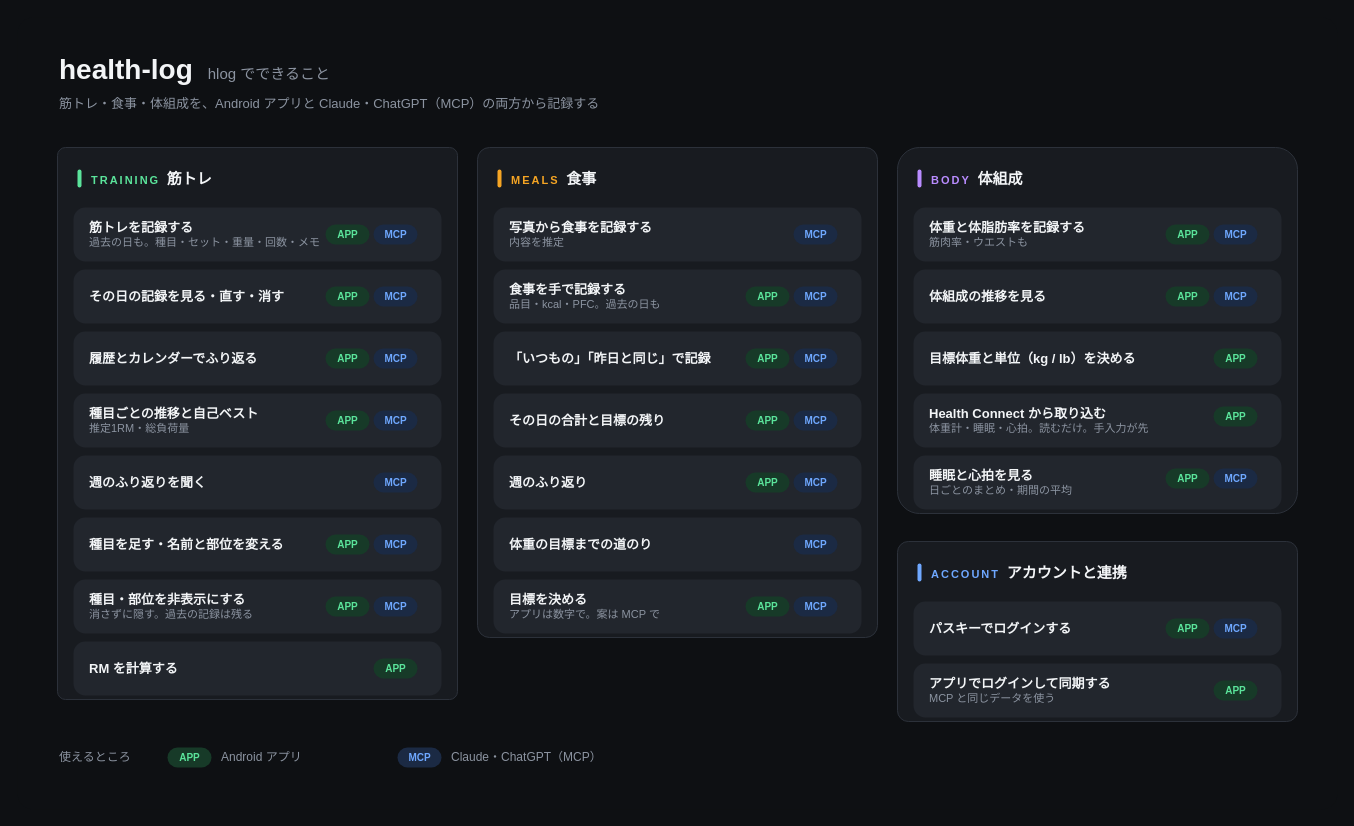
This is docs/diagrams/usecase.drawio from ykitaza/health-log, a draw.io file, before an edit. Source tidied: cells renumbered, new cells numbered last; positions are measured from the earlier drawing's top-left corner, leaving out a move shared by most shapes. Both pictures are drawn from the tidied source at 100%, with x=0, y=0 at pixel (17, 17).
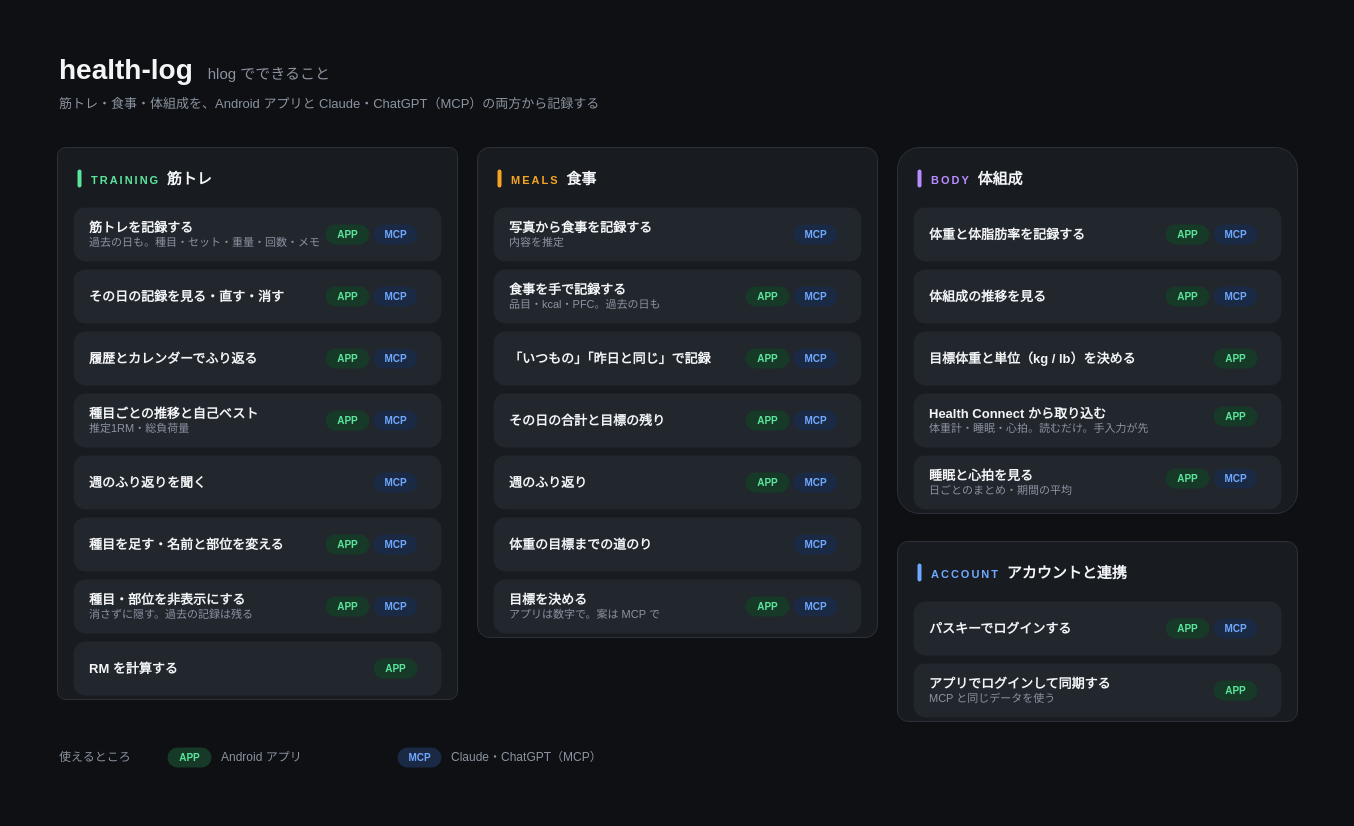
The same page after the edit.

Diff of the diagram source:
```diff
@@
-    <mxCell id="71" value="&lt;span style=&quot;font-size:13px;font-weight:700;color:#F3F5F7&quot;&gt;体重と体脂肪率を記録する&lt;/span&gt;&lt;br&gt;&lt;span style=&quot;font-size:11px;color:#8C94A1&quot;&gt;筋肉率・ウエストも&lt;/span&gt;" style="text;html=1;align=left;verticalAlign=middle;whiteSpace=wrap;fontFamily=Hiragino Sans;" parent="1" vertex="1">
+    <mxCell id="71" value="&lt;span style=&quot;font-size:13px;font-weight:700;color:#F3F5F7&quot;&gt;体重と体脂肪率を記録する&lt;/span&gt;" style="text;html=1;align=left;verticalAlign=middle;whiteSpace=wrap;fontFamily=Hiragino Sans;" parent="1" vertex="1">
       <mxGeometry x="910" y="194" width="250" height="46" as="geometry" />
     </mxCell>
```
